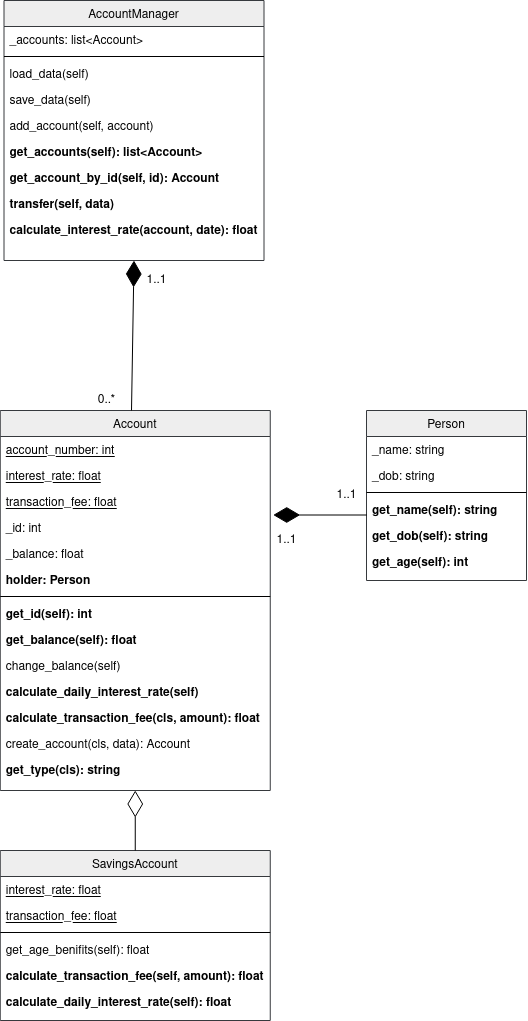
Before: htdocs/img/oopython/kmom02/bank_uml.png, a diagram exported from draw.io (sonnerberg/website). Source tidied: cells renumbered, new cells last; positions are measured from the earlier drawing's top-left corner, leaving out a move shared by most shapes.
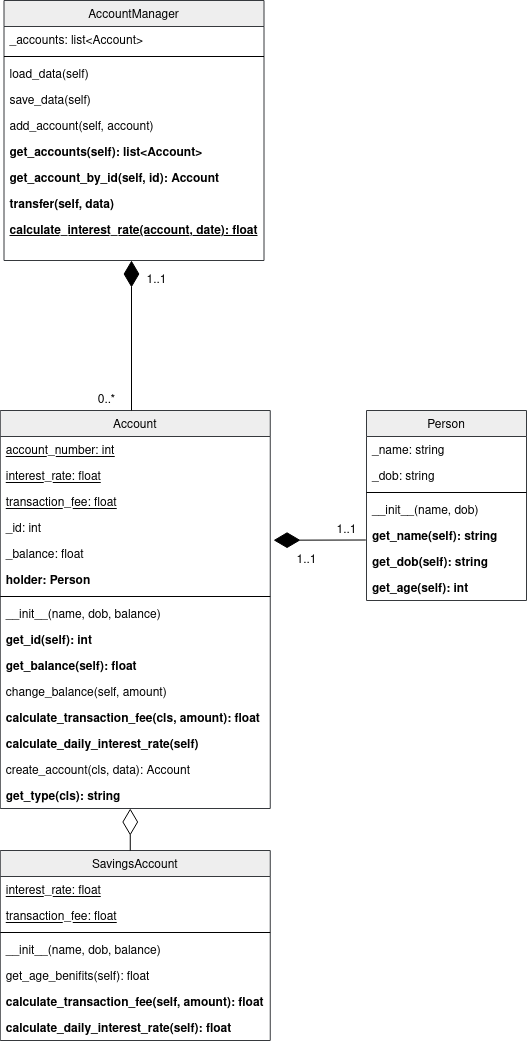
The same diagram one commit later.

Commit message:
update oopython kmom02

Diff of the diagram source:
```diff
@@ -29,11 +29,11 @@
     <mxCell id="10" value="transfer(self, data)" style="text;align=left;verticalAlign=top;spacingLeft=4;spacingRight=4;overflow=hidden;fontStyle=1;" parent="2" vertex="1">
       <mxGeometry y="190" width="260" height="26" as="geometry" />
     </mxCell>
-    <mxCell id="11" value="calculate_interest_rate(account, date): float" style="text;align=left;verticalAlign=top;spacingLeft=4;spacingRight=4;overflow=hidden;fontStyle=1;" parent="2" vertex="1">
+    <mxCell id="11" value="calculate_interest_rate(account, date): float" style="text;align=left;verticalAlign=top;spacingLeft=4;spacingRight=4;overflow=hidden;fontStyle=5;" parent="2" vertex="1">
       <mxGeometry y="216" width="260" height="26" as="geometry" />
     </mxCell>
     <mxCell id="12" value="Account" style="swimlane;fontStyle=0;align=center;verticalAlign=top;horizontal=1;startSize=26;rounded=0;shadow=0;strokeWidth=1;fillColor=#eeeeee;strokeColor=#36393d;" parent="1" vertex="1">
-      <mxGeometry x="-0.2" y="410" width="270" height="380" as="geometry" />
+      <mxGeometry x="-0.2" y="410" width="270" height="398" as="geometry" />
     </mxCell>
     <mxCell id="13" value="account_number: int" style="text;align=left;verticalAlign=top;spacingLeft=4;spacingRight=4;overflow=hidden;fontStyle=4;" parent="12" vertex="1">
       <mxGeometry y="26" width="270" height="26" as="geometry" />
@@ -56,29 +56,32 @@
     <mxCell id="19" style="line;html=1;strokeWidth=1;align=left;verticalAlign=middle;spacingTop=-1;spacingLeft=3;spacingRight=3;labelPosition=right;" parent="12" vertex="1">
       <mxGeometry y="182" width="270" height="8" as="geometry" />
     </mxCell>
-    <mxCell id="20" value="get_id(self): int" style="text;align=left;verticalAlign=top;spacingLeft=4;spacingRight=4;overflow=hidden;fontStyle=1;" parent="12" vertex="1">
+    <mxCell id="20" value="__init__(name, dob, balance)" style="text;align=left;verticalAlign=top;spacingLeft=4;spacingRight=4;overflow=hidden;fontStyle=0;" parent="12" vertex="1">
       <mxGeometry y="190" width="270" height="26" as="geometry" />
     </mxCell>
+    <mxCell id="48" value="get_id(self): int" style="text;align=left;verticalAlign=top;spacingLeft=4;spacingRight=4;overflow=hidden;fontStyle=1;" parent="12" vertex="1">
+      <mxGeometry y="216" width="270" height="26" as="geometry" />
+    </mxCell>
     <mxCell id="21" value="get_balance(self): float" style="text;align=left;verticalAlign=top;spacingLeft=4;spacingRight=4;overflow=hidden;fontStyle=1;" parent="12" vertex="1">
-      <mxGeometry y="216" width="270" height="26" as="geometry" />
+      <mxGeometry y="242" width="270" height="26" as="geometry" />
     </mxCell>
-    <mxCell id="22" value="change_balance(self)" style="text;align=left;verticalAlign=top;spacingLeft=4;spacingRight=4;overflow=hidden;fontStyle=0;" parent="12" vertex="1">
-      <mxGeometry y="242" width="270" height="26" as="geometry" />
+    <mxCell id="22" value="change_balance(self, amount)" style="text;align=left;verticalAlign=top;spacingLeft=4;spacingRight=4;overflow=hidden;fontStyle=0;" parent="12" vertex="1">
+      <mxGeometry y="268" width="270" height="26" as="geometry" />
     </mxCell>
+    <mxCell id="24" value="calculate_transaction_fee(cls, amount): float" style="text;align=left;verticalAlign=top;spacingLeft=4;spacingRight=4;overflow=hidden;fontStyle=1;" parent="12" vertex="1">
+      <mxGeometry y="294" width="270" height="26" as="geometry" />
+    </mxCell>
     <mxCell id="23" value="calculate_daily_interest_rate(self)" style="text;align=left;verticalAlign=top;spacingLeft=4;spacingRight=4;overflow=hidden;fontStyle=1;" parent="12" vertex="1">
-      <mxGeometry y="268" width="270" height="26" as="geometry" />
+      <mxGeometry y="320" width="270" height="26" as="geometry" />
     </mxCell>
-    <mxCell id="24" value="calculate_transaction_fee(cls, amount): float" style="text;align=left;verticalAlign=top;spacingLeft=4;spacingRight=4;overflow=hidden;fontStyle=1;" parent="12" vertex="1">
-      <mxGeometry y="294" width="270" height="26" as="geometry" />
-    </mxCell>
     <mxCell id="25" value="create_account(cls, data): Account" style="text;align=left;verticalAlign=top;spacingLeft=4;spacingRight=4;overflow=hidden;fontStyle=0;" parent="12" vertex="1">
-      <mxGeometry y="320" width="270" height="26" as="geometry" />
+      <mxGeometry y="346" width="270" height="26" as="geometry" />
     </mxCell>
     <mxCell id="26" value="get_type(cls): string" style="text;align=left;verticalAlign=top;spacingLeft=4;spacingRight=4;overflow=hidden;fontStyle=1;" parent="12" vertex="1">
-      <mxGeometry y="346" width="270" height="26" as="geometry" />
+      <mxGeometry y="372" width="270" height="26" as="geometry" />
     </mxCell>
     <mxCell id="27" value="Person" style="swimlane;fontStyle=0;align=center;verticalAlign=top;horizontal=1;startSize=26;rounded=0;shadow=0;strokeWidth=1;fillColor=#eeeeee;strokeColor=#36393d;" parent="1" vertex="1">
-      <mxGeometry x="366" y="410" width="160" height="170" as="geometry" />
+      <mxGeometry x="366" y="410" width="160" height="190" as="geometry" />
     </mxCell>
     <mxCell id="28" value="_name: string" style="text;align=left;verticalAlign=top;spacingLeft=4;spacingRight=4;overflow=hidden;" parent="27" vertex="1">
       <mxGeometry y="26" width="160" height="26" as="geometry" />
@@ -89,18 +92,22 @@
     <mxCell id="30" style="line;html=1;strokeWidth=1;align=left;verticalAlign=middle;spacingTop=-1;spacingLeft=3;spacingRight=3;labelPosition=right;" parent="27" vertex="1">
       <mxGeometry y="78" width="160" height="8" as="geometry" />
     </mxCell>
+    <mxCell id="49" value="__init__(name, dob)" style="text;align=left;verticalAlign=top;spacingLeft=4;spacingRight=4;overflow=hidden;fontStyle=0;" parent="27" vertex="1">
+      <mxGeometry y="86" width="160" height="26" as="geometry" />
+    </mxCell>
     <mxCell id="31" value="get_name(self): string" style="text;align=left;verticalAlign=top;spacingLeft=4;spacingRight=4;overflow=hidden;points=[[0,0.5],[1,0.5]];portConstraint=eastwest;fontStyle=1;" parent="27" vertex="1">
-      <mxGeometry y="86" width="160" height="26" as="geometry" />
+      <mxGeometry y="112" width="160" height="26" as="geometry" />
     </mxCell>
     <mxCell id="32" value="get_dob(self): string" style="text;align=left;verticalAlign=top;spacingLeft=4;spacingRight=4;overflow=hidden;fontStyle=1;" parent="27" vertex="1">
-      <mxGeometry y="112" width="160" height="26" as="geometry" />
+      <mxGeometry y="138" width="160" height="26" as="geometry" />
     </mxCell>
     <mxCell id="33" value="get_age(self): int" style="text;align=left;verticalAlign=top;spacingLeft=4;spacingRight=4;overflow=hidden;fontStyle=1;" parent="27" vertex="1">
-      <mxGeometry y="138" width="160" height="26" as="geometry" />
+      <mxGeometry y="164" width="160" height="26" as="geometry" />
     </mxCell>
-    <mxCell id="34" style="endArrow=diamondThin;endFill=1;endSize=24;html=1;entryX=0.5;entryY=1;entryDx=0;entryDy=0;" parent="1" edge="1" target="2">
+    <mxCell id="34" style="endArrow=diamondThin;endFill=1;endSize=24;html=1;" parent="1" edge="1">
       <mxGeometry relative="1" as="geometry">
         <mxPoint x="131" y="410" as="sourcePoint" />
+        <mxPoint x="131" y="260" as="targetPoint" />
       </mxGeometry>
     </mxCell>
     <mxCell id="35" value="0..*" style="text;html=1;align=center;verticalAlign=middle;" parent="1" vertex="1">
@@ -110,7 +117,7 @@
       <mxGeometry x="136" y="270" width="40" height="20" as="geometry" />
     </mxCell>
     <mxCell id="37" value="SavingsAccount" style="swimlane;fontStyle=0;align=center;verticalAlign=top;horizontal=1;startSize=26;rounded=0;shadow=0;strokeWidth=1;fillColor=#eeeeee;strokeColor=#36393d;" parent="1" vertex="1">
-      <mxGeometry x="-0.2" y="850" width="270" height="170" as="geometry" />
+      <mxGeometry x="-0.2" y="850" width="270" height="190" as="geometry" />
     </mxCell>
     <mxCell id="38" value="interest_rate: float" style="text;align=left;verticalAlign=top;spacingLeft=4;spacingRight=4;overflow=hidden;rounded=0;shadow=0;html=0;fontStyle=4;" parent="37" vertex="1">
       <mxGeometry y="26" width="270" height="26" as="geometry" />
@@ -121,26 +128,35 @@
     <mxCell id="40" style="line;html=1;strokeWidth=1;align=left;verticalAlign=middle;spacingTop=-1;spacingLeft=3;spacingRight=3;labelPosition=right;" parent="37" vertex="1">
       <mxGeometry y="78" width="270" height="8" as="geometry" />
     </mxCell>
+    <mxCell id="50" value="__init__(name, dob, balance)" style="text;align=left;verticalAlign=top;spacingLeft=4;spacingRight=4;overflow=hidden;fontStyle=0;" parent="37" vertex="1">
+      <mxGeometry y="86" width="270" height="26" as="geometry" />
+    </mxCell>
     <mxCell id="41" value="get_age_benifits(self): float" style="text;align=left;verticalAlign=top;spacingLeft=4;spacingRight=4;overflow=hidden;fontStyle=0;" parent="37" vertex="1">
-      <mxGeometry y="86" width="270" height="26" as="geometry" />
+      <mxGeometry y="112" width="270" height="26" as="geometry" />
     </mxCell>
     <mxCell id="42" value="calculate_transaction_fee(self, amount): float" style="text;align=left;verticalAlign=top;spacingLeft=4;spacingRight=4;overflow=hidden;fontStyle=1;" parent="37" vertex="1">
-      <mxGeometry y="112" width="270" height="26" as="geometry" />
+      <mxGeometry y="138" width="270" height="26" as="geometry" />
     </mxCell>
     <mxCell id="43" value="calculate_daily_interest_rate(self): float" style="text;align=left;verticalAlign=top;spacingLeft=4;spacingRight=4;overflow=hidden;fontStyle=1;" parent="37" vertex="1">
-      <mxGeometry y="138" width="270" height="26" as="geometry" />
+      <mxGeometry y="164" width="270" height="26" as="geometry" />
     </mxCell>
     <mxCell id="44" value="1..1" style="text;html=1;align=center;verticalAlign=middle;" parent="1" vertex="1">
-      <mxGeometry x="326" y="485" width="40" height="20" as="geometry" />
+      <mxGeometry x="326" y="520" width="40" height="20" as="geometry" />
     </mxCell>
-    <mxCell id="45" style="endArrow=diamondThin;endFill=1;endSize=24;html=1;exitX=0.002;exitY=0.712;exitDx=0;exitDy=0;entryX=1.011;entryY=0.019;entryDx=0;entryDy=0;entryPerimeter=0;exitPerimeter=0;" parent="1" edge="1" source="31" target="16">
-      <mxGeometry relative="1" as="geometry" />
+    <mxCell id="45" style="endArrow=diamondThin;endFill=1;endSize=24;html=1;exitX=0.002;exitY=0.712;exitDx=0;exitDy=0;entryX=1.016;entryY=0.027;entryDx=0;entryDy=0;entryPerimeter=0;exitPerimeter=0;" parent="1" edge="1">
+      <mxGeometry relative="1" as="geometry">
+        <mxPoint x="365.3" y="539.5" as="sourcePoint" />
+        <mxPoint x="273.1" y="539.7" as="targetPoint" />
+      </mxGeometry>
     </mxCell>
     <mxCell id="46" value="1..1" style="text;html=1;align=center;verticalAlign=middle;" parent="1" vertex="1">
-      <mxGeometry x="266" y="530" width="40" height="20" as="geometry" />
+      <mxGeometry x="286" y="550" width="40" height="20" as="geometry" />
     </mxCell>
-    <mxCell id="47" style="endArrow=diamondThin;endFill=0;endSize=24;html=1;entryX=0.5;entryY=1;entryDx=0;entryDy=0;exitX=0.5;exitY=0;exitDx=0;exitDy=0;" parent="1" edge="1" source="37" target="12">
-      <mxGeometry relative="1" as="geometry" />
+    <mxCell id="47" style="endArrow=diamondThin;endFill=0;endSize=24;html=1;entryX=0.5;entryY=1;entryDx=0;entryDy=0;exitX=0.5;exitY=0;exitDx=0;exitDy=0;" parent="1" edge="1">
+      <mxGeometry relative="1" as="geometry">
+        <mxPoint x="129.8" y="850" as="sourcePoint" />
+        <mxPoint x="129.8" y="808" as="targetPoint" />
+      </mxGeometry>
     </mxCell>
   </root>
 </mxGraphModel>
```
